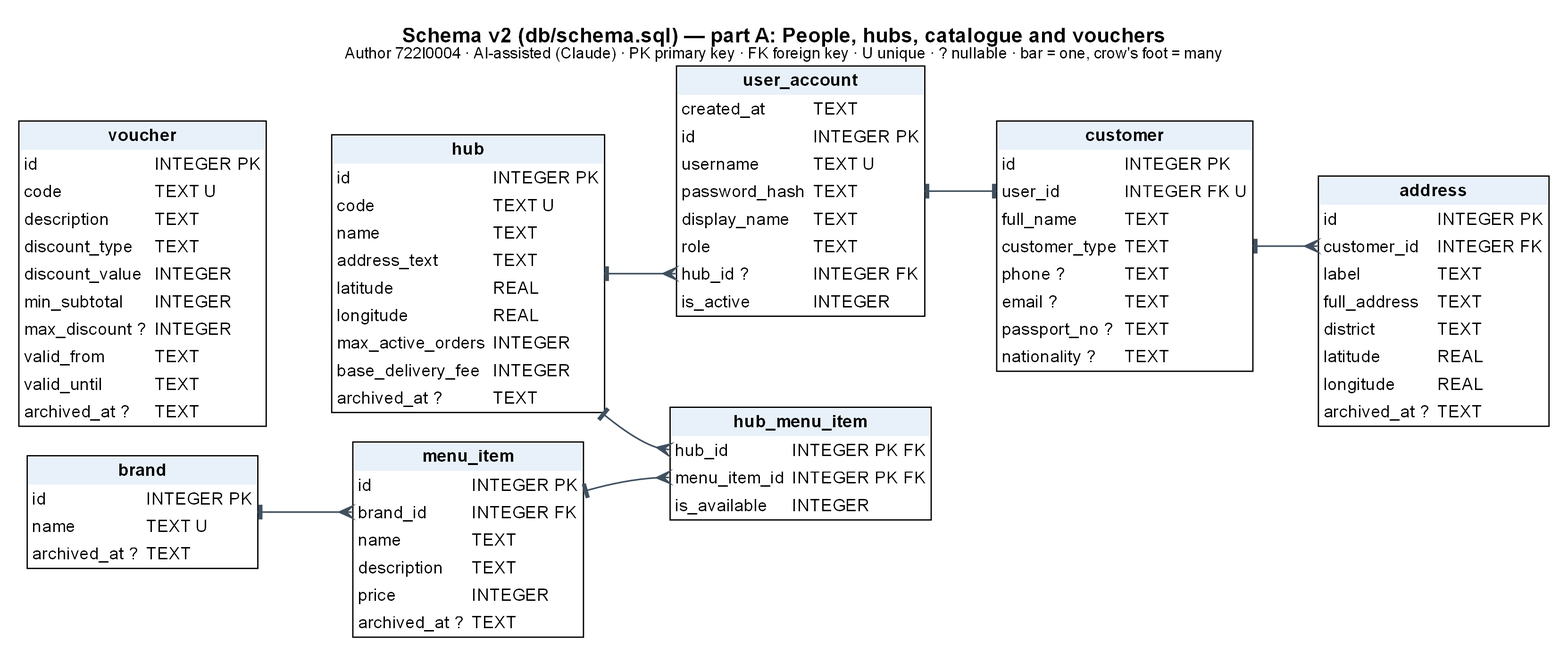
Earlier version of the Graphviz export models/shared/erd_final_PartA.png (Dat071104/SaigonBite). Its source is kept beside it as models/shared/erd_final_PartA.dot. Source of this version:
```dot
digraph ERD {
graph [rankdir=LR, nodesep=0.3, ranksep=0.7, fontname="Arial", fontsize=16, pad=0.2, dpi=200, labelloc="t",
 label=<<B>Schema v2 (db/schema.sql) — part A: People, hubs, catalogue and vouchers</B><BR/><FONT POINT-SIZE="12">Author 722I0004 · AI-assisted (Claude) · PK primary key · FK foreign key · U unique · ? nullable · bar = one, crow's foot = many</FONT>>];
node [shape=plain, fontname="Arial", fontsize=13];
edge [color="#40505F", penwidth=1.2];
"user_account" [label=<<TABLE BORDER="1" CELLBORDER="0" CELLSPACING="0" CELLPADDING="3" BGCOLOR="white"><TR><TD BGCOLOR="#E8F1FA" COLSPAN="2"><B>user_account</B></TD></TR><TR><TD ALIGN="LEFT" PORT="created_at">created_at</TD><TD ALIGN="LEFT">TEXT </TD></TR><TR><TD ALIGN="LEFT" PORT="id">id</TD><TD ALIGN="LEFT">INTEGER PK</TD></TR><TR><TD ALIGN="LEFT" PORT="username">username</TD><TD ALIGN="LEFT">TEXT U</TD></TR><TR><TD ALIGN="LEFT" PORT="password_hash">password_hash</TD><TD ALIGN="LEFT">TEXT </TD></TR><TR><TD ALIGN="LEFT" PORT="display_name">display_name</TD><TD ALIGN="LEFT">TEXT </TD></TR><TR><TD ALIGN="LEFT" PORT="role">role</TD><TD ALIGN="LEFT">TEXT </TD></TR><TR><TD ALIGN="LEFT" PORT="hub_id">hub_id ?</TD><TD ALIGN="LEFT">INTEGER FK</TD></TR><TR><TD ALIGN="LEFT" PORT="is_active">is_active</TD><TD ALIGN="LEFT">INTEGER </TD></TR></TABLE>>];
"customer" [label=<<TABLE BORDER="1" CELLBORDER="0" CELLSPACING="0" CELLPADDING="3" BGCOLOR="white"><TR><TD BGCOLOR="#E8F1FA" COLSPAN="2"><B>customer</B></TD></TR><TR><TD ALIGN="LEFT" PORT="id">id</TD><TD ALIGN="LEFT">INTEGER PK</TD></TR><TR><TD ALIGN="LEFT" PORT="user_id">user_id</TD><TD ALIGN="LEFT">INTEGER FK U</TD></TR><TR><TD ALIGN="LEFT" PORT="full_name">full_name</TD><TD ALIGN="LEFT">TEXT </TD></TR><TR><TD ALIGN="LEFT" PORT="customer_type">customer_type</TD><TD ALIGN="LEFT">TEXT </TD></TR><TR><TD ALIGN="LEFT" PORT="phone">phone ?</TD><TD ALIGN="LEFT">TEXT </TD></TR><TR><TD ALIGN="LEFT" PORT="email">email ?</TD><TD ALIGN="LEFT">TEXT </TD></TR><TR><TD ALIGN="LEFT" PORT="passport_no">passport_no ?</TD><TD ALIGN="LEFT">TEXT </TD></TR><TR><TD ALIGN="LEFT" PORT="nationality">nationality ?</TD><TD ALIGN="LEFT">TEXT </TD></TR></TABLE>>];
"address" [label=<<TABLE BORDER="1" CELLBORDER="0" CELLSPACING="0" CELLPADDING="3" BGCOLOR="white"><TR><TD BGCOLOR="#E8F1FA" COLSPAN="2"><B>address</B></TD></TR><TR><TD ALIGN="LEFT" PORT="id">id</TD><TD ALIGN="LEFT">INTEGER PK</TD></TR><TR><TD ALIGN="LEFT" PORT="customer_id">customer_id</TD><TD ALIGN="LEFT">INTEGER FK</TD></TR><TR><TD ALIGN="LEFT" PORT="label">label</TD><TD ALIGN="LEFT">TEXT </TD></TR><TR><TD ALIGN="LEFT" PORT="full_address">full_address</TD><TD ALIGN="LEFT">TEXT </TD></TR><TR><TD ALIGN="LEFT" PORT="district">district</TD><TD ALIGN="LEFT">TEXT </TD></TR><TR><TD ALIGN="LEFT" PORT="latitude">latitude</TD><TD ALIGN="LEFT">REAL </TD></TR><TR><TD ALIGN="LEFT" PORT="longitude">longitude</TD><TD ALIGN="LEFT">REAL </TD></TR><TR><TD ALIGN="LEFT" PORT="archived_at">archived_at ?</TD><TD ALIGN="LEFT">TEXT </TD></TR></TABLE>>];
"hub" [label=<<TABLE BORDER="1" CELLBORDER="0" CELLSPACING="0" CELLPADDING="3" BGCOLOR="white"><TR><TD BGCOLOR="#E8F1FA" COLSPAN="2"><B>hub</B></TD></TR><TR><TD ALIGN="LEFT" PORT="id">id</TD><TD ALIGN="LEFT">INTEGER PK</TD></TR><TR><TD ALIGN="LEFT" PORT="code">code</TD><TD ALIGN="LEFT">TEXT U</TD></TR><TR><TD ALIGN="LEFT" PORT="name">name</TD><TD ALIGN="LEFT">TEXT </TD></TR><TR><TD ALIGN="LEFT" PORT="address_text">address_text</TD><TD ALIGN="LEFT">TEXT </TD></TR><TR><TD ALIGN="LEFT" PORT="latitude">latitude</TD><TD ALIGN="LEFT">REAL </TD></TR><TR><TD ALIGN="LEFT" PORT="longitude">longitude</TD><TD ALIGN="LEFT">REAL </TD></TR><TR><TD ALIGN="LEFT" PORT="max_active_orders">max_active_orders</TD><TD ALIGN="LEFT">INTEGER </TD></TR><TR><TD ALIGN="LEFT" PORT="base_delivery_fee">base_delivery_fee</TD><TD ALIGN="LEFT">INTEGER </TD></TR><TR><TD ALIGN="LEFT" PORT="archived_at">archived_at ?</TD><TD ALIGN="LEFT">TEXT </TD></TR></TABLE>>];
"brand" [label=<<TABLE BORDER="1" CELLBORDER="0" CELLSPACING="0" CELLPADDING="3" BGCOLOR="white"><TR><TD BGCOLOR="#E8F1FA" COLSPAN="2"><B>brand</B></TD></TR><TR><TD ALIGN="LEFT" PORT="id">id</TD><TD ALIGN="LEFT">INTEGER PK</TD></TR><TR><TD ALIGN="LEFT" PORT="name">name</TD><TD ALIGN="LEFT">TEXT U</TD></TR><TR><TD ALIGN="LEFT" PORT="archived_at">archived_at ?</TD><TD ALIGN="LEFT">TEXT </TD></TR></TABLE>>];
"menu_item" [label=<<TABLE BORDER="1" CELLBORDER="0" CELLSPACING="0" CELLPADDING="3" BGCOLOR="white"><TR><TD BGCOLOR="#E8F1FA" COLSPAN="2"><B>menu_item</B></TD></TR><TR><TD ALIGN="LEFT" PORT="id">id</TD><TD ALIGN="LEFT">INTEGER PK</TD></TR><TR><TD ALIGN="LEFT" PORT="brand_id">brand_id</TD><TD ALIGN="LEFT">INTEGER FK</TD></TR><TR><TD ALIGN="LEFT" PORT="name">name</TD><TD ALIGN="LEFT">TEXT </TD></TR><TR><TD ALIGN="LEFT" PORT="description">description</TD><TD ALIGN="LEFT">TEXT </TD></TR><TR><TD ALIGN="LEFT" PORT="price">price</TD><TD ALIGN="LEFT">INTEGER </TD></TR><TR><TD ALIGN="LEFT" PORT="archived_at">archived_at ?</TD><TD ALIGN="LEFT">TEXT </TD></TR></TABLE>>];
"hub_menu_item" [label=<<TABLE BORDER="1" CELLBORDER="0" CELLSPACING="0" CELLPADDING="3" BGCOLOR="white"><TR><TD BGCOLOR="#E8F1FA" COLSPAN="2"><B>hub_menu_item</B></TD></TR><TR><TD ALIGN="LEFT" PORT="hub_id">hub_id</TD><TD ALIGN="LEFT">INTEGER PK FK</TD></TR><TR><TD ALIGN="LEFT" PORT="menu_item_id">menu_item_id</TD><TD ALIGN="LEFT">INTEGER PK FK</TD></TR><TR><TD ALIGN="LEFT" PORT="is_available">is_available</TD><TD ALIGN="LEFT">INTEGER </TD></TR></TABLE>>];
"voucher" [label=<<TABLE BORDER="1" CELLBORDER="0" CELLSPACING="0" CELLPADDING="3" BGCOLOR="white"><TR><TD BGCOLOR="#E8F1FA" COLSPAN="2"><B>voucher</B></TD></TR><TR><TD ALIGN="LEFT" PORT="id">id</TD><TD ALIGN="LEFT">INTEGER PK</TD></TR><TR><TD ALIGN="LEFT" PORT="code">code</TD><TD ALIGN="LEFT">TEXT U</TD></TR><TR><TD ALIGN="LEFT" PORT="description">description</TD><TD ALIGN="LEFT">TEXT </TD></TR><TR><TD ALIGN="LEFT" PORT="discount_type">discount_type</TD><TD ALIGN="LEFT">TEXT </TD></TR><TR><TD ALIGN="LEFT" PORT="discount_value">discount_value</TD><TD ALIGN="LEFT">INTEGER </TD></TR><TR><TD ALIGN="LEFT" PORT="min_subtotal">min_subtotal</TD><TD ALIGN="LEFT">INTEGER </TD></TR><TR><TD ALIGN="LEFT" PORT="max_discount">max_discount ?</TD><TD ALIGN="LEFT">INTEGER </TD></TR><TR><TD ALIGN="LEFT" PORT="valid_from">valid_from</TD><TD ALIGN="LEFT">TEXT </TD></TR><TR><TD ALIGN="LEFT" PORT="valid_until">valid_until</TD><TD ALIGN="LEFT">TEXT </TD></TR><TR><TD ALIGN="LEFT" PORT="archived_at">archived_at ?</TD><TD ALIGN="LEFT">TEXT </TD></TR></TABLE>>];
"hub" -> "user_account":"hub_id" [arrowhead=crow, arrowtail=tee, dir=both];
"user_account" -> "customer":"user_id" [arrowhead=tee, arrowtail=tee, dir=both];
"customer" -> "address":"customer_id" [arrowhead=crow, arrowtail=tee, dir=both];
"brand" -> "menu_item":"brand_id" [arrowhead=crow, arrowtail=tee, dir=both];
"menu_item" -> "hub_menu_item":"menu_item_id" [arrowhead=crow, arrowtail=tee, dir=both];
"hub" -> "hub_menu_item":"hub_id" [arrowhead=crow, arrowtail=tee, dir=both];
}
```
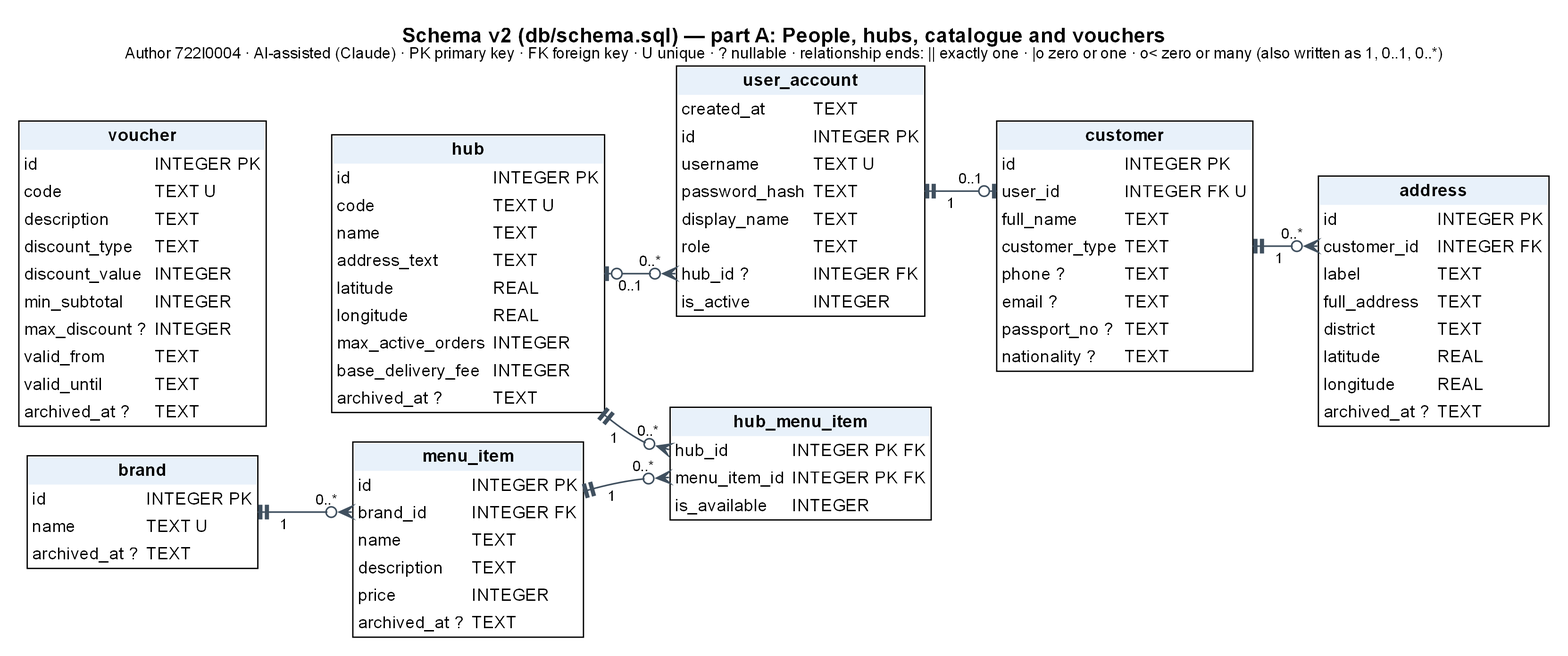
Later version of the same file.

The edit, as a diff of the source:
```diff
@@ -1,6 +1,6 @@
 digraph ERD {
 graph [rankdir=LR, nodesep=0.3, ranksep=0.7, fontname="Arial", fontsize=16, pad=0.2, dpi=200, labelloc="t",
- label=<<B>Schema v2 (db/schema.sql) — part A: People, hubs, catalogue and vouchers</B><BR/><FONT POINT-SIZE="12">Author 722I0004 · AI-assisted (Claude) · PK primary key · FK foreign key · U unique · ? nullable · bar = one, crow's foot = many</FONT>>];
+ label=<<B>Schema v2 (db/schema.sql) — part A: People, hubs, catalogue and vouchers</B><BR/><FONT POINT-SIZE="12">Author 722I0004 · AI-assisted (Claude) · PK primary key · FK foreign key · U unique · ? nullable · relationship ends: || exactly one · |o zero or one · o&lt; zero or many (also written as 1, 0..1, 0..*)</FONT>>];
 node [shape=plain, fontname="Arial", fontsize=13];
 edge [color="#40505F", penwidth=1.2];
 "user_account" [label=<<TABLE BORDER="1" CELLBORDER="0" CELLSPACING="0" CELLPADDING="3" BGCOLOR="white"><TR><TD BGCOLOR="#E8F1FA" COLSPAN="2"><B>user_account</B></TD></TR><TR><TD ALIGN="LEFT" PORT="created_at">created_at</TD><TD ALIGN="LEFT">TEXT </TD></TR><TR><TD ALIGN="LEFT" PORT="id">id</TD><TD ALIGN="LEFT">INTEGER PK</TD></TR><TR><TD ALIGN="LEFT" PORT="username">username</TD><TD ALIGN="LEFT">TEXT U</TD></TR><TR><TD ALIGN="LEFT" PORT="password_hash">password_hash</TD><TD ALIGN="LEFT">TEXT </TD></TR><TR><TD ALIGN="LEFT" PORT="display_name">display_name</TD><TD ALIGN="LEFT">TEXT </TD></TR><TR><TD ALIGN="LEFT" PORT="role">role</TD><TD ALIGN="LEFT">TEXT </TD></TR><TR><TD ALIGN="LEFT" PORT="hub_id">hub_id ?</TD><TD ALIGN="LEFT">INTEGER FK</TD></TR><TR><TD ALIGN="LEFT" PORT="is_active">is_active</TD><TD ALIGN="LEFT">INTEGER </TD></TR></TABLE>>];
@@ -11,10 +11,10 @@
 "menu_item" [label=<<TABLE BORDER="1" CELLBORDER="0" CELLSPACING="0" CELLPADDING="3" BGCOLOR="white"><TR><TD BGCOLOR="#E8F1FA" COLSPAN="2"><B>menu_item</B></TD></TR><TR><TD ALIGN="LEFT" PORT="id">id</TD><TD ALIGN="LEFT">INTEGER PK</TD></TR><TR><TD ALIGN="LEFT" PORT="brand_id">brand_id</TD><TD ALIGN="LEFT">INTEGER FK</TD></TR><TR><TD ALIGN="LEFT" PORT="name">name</TD><TD ALIGN="LEFT">TEXT </TD></TR><TR><TD ALIGN="LEFT" PORT="description">description</TD><TD ALIGN="LEFT">TEXT </TD></TR><TR><TD ALIGN="LEFT" PORT="price">price</TD><TD ALIGN="LEFT">INTEGER </TD></TR><TR><TD ALIGN="LEFT" PORT="archived_at">archived_at ?</TD><TD ALIGN="LEFT">TEXT </TD></TR></TABLE>>];
 "hub_menu_item" [label=<<TABLE BORDER="1" CELLBORDER="0" CELLSPACING="0" CELLPADDING="3" BGCOLOR="white"><TR><TD BGCOLOR="#E8F1FA" COLSPAN="2"><B>hub_menu_item</B></TD></TR><TR><TD ALIGN="LEFT" PORT="hub_id">hub_id</TD><TD ALIGN="LEFT">INTEGER PK FK</TD></TR><TR><TD ALIGN="LEFT" PORT="menu_item_id">menu_item_id</TD><TD ALIGN="LEFT">INTEGER PK FK</TD></TR><TR><TD ALIGN="LEFT" PORT="is_available">is_available</TD><TD ALIGN="LEFT">INTEGER </TD></TR></TABLE>>];
 "voucher" [label=<<TABLE BORDER="1" CELLBORDER="0" CELLSPACING="0" CELLPADDING="3" BGCOLOR="white"><TR><TD BGCOLOR="#E8F1FA" COLSPAN="2"><B>voucher</B></TD></TR><TR><TD ALIGN="LEFT" PORT="id">id</TD><TD ALIGN="LEFT">INTEGER PK</TD></TR><TR><TD ALIGN="LEFT" PORT="code">code</TD><TD ALIGN="LEFT">TEXT U</TD></TR><TR><TD ALIGN="LEFT" PORT="description">description</TD><TD ALIGN="LEFT">TEXT </TD></TR><TR><TD ALIGN="LEFT" PORT="discount_type">discount_type</TD><TD ALIGN="LEFT">TEXT </TD></TR><TR><TD ALIGN="LEFT" PORT="discount_value">discount_value</TD><TD ALIGN="LEFT">INTEGER </TD></TR><TR><TD ALIGN="LEFT" PORT="min_subtotal">min_subtotal</TD><TD ALIGN="LEFT">INTEGER </TD></TR><TR><TD ALIGN="LEFT" PORT="max_discount">max_discount ?</TD><TD ALIGN="LEFT">INTEGER </TD></TR><TR><TD ALIGN="LEFT" PORT="valid_from">valid_from</TD><TD ALIGN="LEFT">TEXT </TD></TR><TR><TD ALIGN="LEFT" PORT="valid_until">valid_until</TD><TD ALIGN="LEFT">TEXT </TD></TR><TR><TD ALIGN="LEFT" PORT="archived_at">archived_at ?</TD><TD ALIGN="LEFT">TEXT </TD></TR></TABLE>>];
-"hub" -> "user_account":"hub_id" [arrowhead=crow, arrowtail=tee, dir=both];
-"user_account" -> "customer":"user_id" [arrowhead=tee, arrowtail=tee, dir=both];
-"customer" -> "address":"customer_id" [arrowhead=crow, arrowtail=tee, dir=both];
-"brand" -> "menu_item":"brand_id" [arrowhead=crow, arrowtail=tee, dir=both];
-"menu_item" -> "hub_menu_item":"menu_item_id" [arrowhead=crow, arrowtail=tee, dir=both];
-"hub" -> "hub_menu_item":"hub_id" [arrowhead=crow, arrowtail=tee, dir=both];
+"hub" -> "user_account":"hub_id" [arrowhead=crowodot, arrowtail=teeodot, dir=both, headlabel="0..*", taillabel="0..1", labelfontsize=11, labelfontname=Arial, labeldistance=2.2];
+"user_account" -> "customer":"user_id" [arrowhead=teeodot, arrowtail=teetee, dir=both, headlabel="0..1", taillabel="1", labelfontsize=11, labelfontname=Arial, labeldistance=2.2];
+"customer" -> "address":"customer_id" [arrowhead=crowodot, arrowtail=teetee, dir=both, headlabel="0..*", taillabel="1", labelfontsize=11, labelfontname=Arial, labeldistance=2.2];
+"brand" -> "menu_item":"brand_id" [arrowhead=crowodot, arrowtail=teetee, dir=both, headlabel="0..*", taillabel="1", labelfontsize=11, labelfontname=Arial, labeldistance=2.2];
+"menu_item" -> "hub_menu_item":"menu_item_id" [arrowhead=crowodot, arrowtail=teetee, dir=both, headlabel="0..*", taillabel="1", labelfontsize=11, labelfontname=Arial, labeldistance=2.2];
+"hub" -> "hub_menu_item":"hub_id" [arrowhead=crowodot, arrowtail=teetee, dir=both, headlabel="0..*", taillabel="1", labelfontsize=11, labelfontname=Arial, labeldistance=2.2];
 }
```
